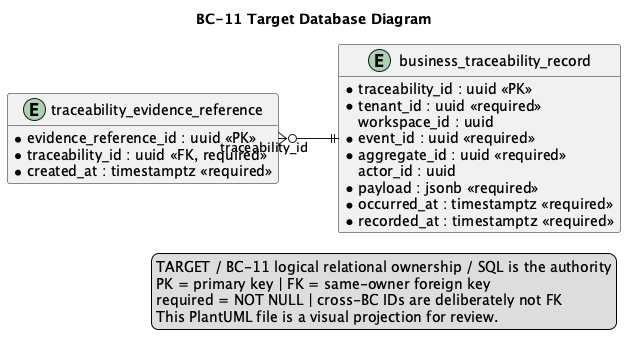
Earlier version of the PlantUML export report/assets/chapter-2/tactical/BC-11/database-diagram.png (nexa-suite/mobile-report).
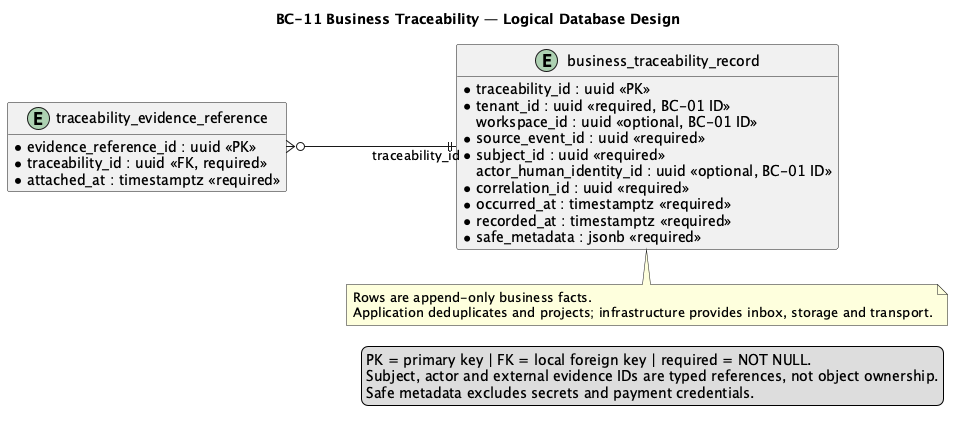
After the change.

The edit, as a diff of the source:
```diff
@@ -1,5 +1,5 @@
 @startuml
-title BC-11 Target Database Diagram
+title BC-11 Business Traceability — Logical Database Design
 left to right direction
 hide methods
 skinparam shadowing false
@@ -10,36 +10,42 @@
   FontColor #0F172A
 }
 
-entity "business_traceability_record" as t_business_traceability_record {
+entity "business_traceability_record" as business_traceability_record {
   * traceability_id : uuid <<PK>>
-  * tenant_id : uuid <<required>>
-    workspace_id : uuid
-  * event_id : uuid <<required>>
-  * event_type : varchar(160) <<required>>
-  * aggregate_type : varchar(120) <<required>>
-  * aggregate_id : uuid <<required>>
-    actor_id : uuid
-  * payload : jsonb <<required>>
+  * tenant_id : uuid <<required, BC-01 ID>>
+    workspace_id : uuid <<optional, BC-01 ID>>
+  * source_context : varchar(80) <<required>>
+  * source_event_id : uuid <<required>>
+  * subject_type : varchar(120) <<required>>
+  * subject_id : uuid <<required>>
+    actor_human_identity_id : uuid <<optional, BC-01 ID>>
+  * correlation_id : uuid <<required>>
   * occurred_at : timestamptz <<required>>
   * recorded_at : timestamptz <<required>>
-  * payload_hash : varchar(128) <<required>>
+  * safe_metadata : jsonb <<required>>
+  * deduplication_key : varchar(240) <<required, unique>>
 }
 
-entity "traceability_evidence_reference" as t_traceability_evidence_reference {
+entity "traceability_evidence_reference" as traceability_evidence_reference {
   * evidence_reference_id : uuid <<PK>>
   * traceability_id : uuid <<FK, required>>
   * evidence_kind : varchar(32) <<required>>
-  * source_reference : varchar(500) <<required>>
+  * external_reference_type : varchar(80) <<required>>
+  * external_reference_id : varchar(500) <<required>>
     content_hash : varchar(128)
-  * created_at : timestamptz <<required>>
+  * attached_at : timestamptz <<required>>
 }
 
-t_traceability_evidence_reference }o--|| t_business_traceability_record : traceability_id
+traceability_evidence_reference }o--|| business_traceability_record : traceability_id
+
+note bottom of business_traceability_record
+Rows are append-only business facts.
+Application deduplicates and projects; infrastructure provides inbox, storage and transport.
+end note
 
 legend right
-TARGET / BC-11 logical relational ownership / SQL is the authority
-PK = primary key | FK = same-owner foreign key
-required = NOT NULL | cross-BC IDs are deliberately not FK
-This PlantUML file is a visual projection for review.
+PK = primary key | FK = local foreign key | required = NOT NULL.
+Subject, actor and external evidence IDs are typed references, not object ownership.
+Safe metadata excludes secrets and payment credentials.
 endlegend
 @enduml
```
